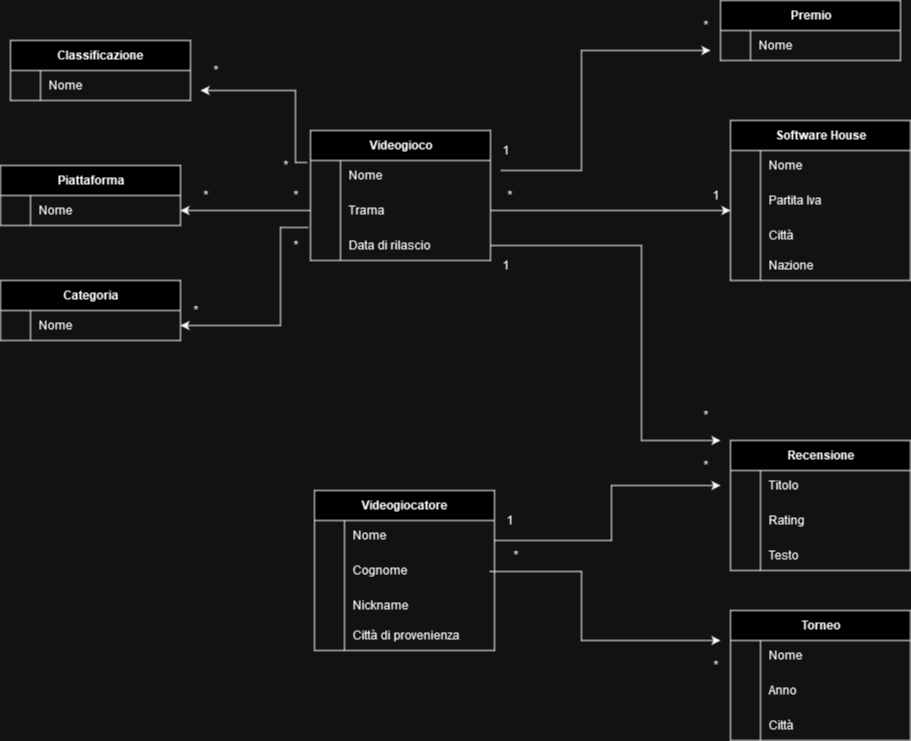
Above: db-videogames.png in GiacomoBozzolino/db-videogames (draw.io), before the change. Source tidied: cells renumbered, new cells last; positions are measured from the earlier drawing's top-left corner, leaving out a move shared by most shapes.
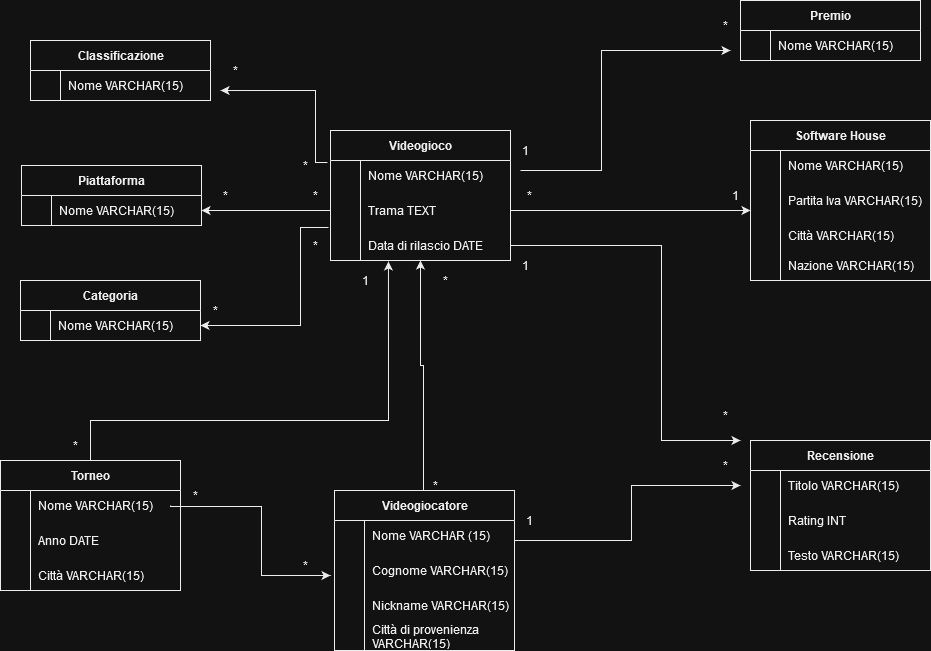
The same diagram one commit later.

Commit message:
aggiunti tipi di dato

Change to the diagram source:
```diff
@@ -13,3 +13,3 @@
     </mxCell>
-    <mxCell id="5" value="Nome" style="shape=partialRectangle;fillColor=none;top=0;left=0;bottom=0;right=0;align=left;spacingLeft=6;overflow=hidden;whiteSpace=wrap;html=1;" parent="3" vertex="1">
+    <mxCell id="5" value="Nome VARCHAR(15)" style="shape=partialRectangle;fillColor=none;top=0;left=0;bottom=0;right=0;align=left;spacingLeft=6;overflow=hidden;whiteSpace=wrap;html=1;" parent="3" vertex="1">
       <mxGeometry x="30" width="150" height="30" as="geometry" />
@@ -22,3 +22,3 @@
     </mxCell>
-    <mxCell id="8" value="Trama" style="shape=partialRectangle;fillColor=none;top=0;left=0;bottom=0;right=0;align=left;spacingLeft=6;overflow=hidden;whiteSpace=wrap;html=1;" parent="6" vertex="1">
+    <mxCell id="8" value="Trama TEXT" style="shape=partialRectangle;fillColor=none;top=0;left=0;bottom=0;right=0;align=left;spacingLeft=6;overflow=hidden;whiteSpace=wrap;html=1;" parent="6" vertex="1">
       <mxGeometry x="30" width="150" height="40" as="geometry" />
@@ -31,3 +31,3 @@
     </mxCell>
-    <mxCell id="11" value="Data di rilascio" style="shape=partialRectangle;fillColor=none;top=0;left=0;bottom=0;right=0;align=left;spacingLeft=6;overflow=hidden;whiteSpace=wrap;html=1;" parent="9" vertex="1">
+    <mxCell id="11" value="Data di rilascio DATE" style="shape=partialRectangle;fillColor=none;top=0;left=0;bottom=0;right=0;align=left;spacingLeft=6;overflow=hidden;whiteSpace=wrap;html=1;" parent="9" vertex="1">
       <mxGeometry x="30" width="150" height="30" as="geometry" />
@@ -43,3 +43,3 @@
     </mxCell>
-    <mxCell id="15" value="Nome" style="shape=partialRectangle;fillColor=none;top=0;left=0;bottom=0;right=0;align=left;spacingLeft=6;overflow=hidden;whiteSpace=wrap;html=1;" parent="13" vertex="1">
+    <mxCell id="15" value="Nome VARCHAR(15)" style="shape=partialRectangle;fillColor=none;top=0;left=0;bottom=0;right=0;align=left;spacingLeft=6;overflow=hidden;whiteSpace=wrap;html=1;" parent="13" vertex="1">
       <mxGeometry x="30" width="150" height="30" as="geometry" />
@@ -52,3 +52,3 @@
     </mxCell>
-    <mxCell id="18" value="Partita Iva" style="shape=partialRectangle;fillColor=none;top=0;left=0;bottom=0;right=0;align=left;spacingLeft=6;overflow=hidden;whiteSpace=wrap;html=1;" parent="16" vertex="1">
+    <mxCell id="18" value="Partita Iva VARCHAR(15)" style="shape=partialRectangle;fillColor=none;top=0;left=0;bottom=0;right=0;align=left;spacingLeft=6;overflow=hidden;whiteSpace=wrap;html=1;" parent="16" vertex="1">
       <mxGeometry x="30" width="150" height="40" as="geometry" />
@@ -61,3 +61,3 @@
     </mxCell>
-    <mxCell id="21" value="Città" style="shape=partialRectangle;fillColor=none;top=0;left=0;bottom=0;right=0;align=left;spacingLeft=6;overflow=hidden;whiteSpace=wrap;html=1;" parent="19" vertex="1">
+    <mxCell id="21" value="Città VARCHAR(15)" style="shape=partialRectangle;fillColor=none;top=0;left=0;bottom=0;right=0;align=left;spacingLeft=6;overflow=hidden;whiteSpace=wrap;html=1;" parent="19" vertex="1">
       <mxGeometry x="30" width="150" height="30" as="geometry" />
@@ -70,3 +70,3 @@
     </mxCell>
-    <mxCell id="24" value="Nazione" style="shape=partialRectangle;fillColor=none;top=0;left=0;bottom=0;right=0;align=left;spacingLeft=6;overflow=hidden;whiteSpace=wrap;html=1;" parent="22" vertex="1">
+    <mxCell id="24" value="Nazione VARCHAR(15)" style="shape=partialRectangle;fillColor=none;top=0;left=0;bottom=0;right=0;align=left;spacingLeft=6;overflow=hidden;whiteSpace=wrap;html=1;" parent="22" vertex="1">
       <mxGeometry x="30" width="150" height="30" as="geometry" />
@@ -93,3 +93,3 @@
     <mxCell id="29" value="Piattaforma" style="shape=table;startSize=30;rowLines=0;fontStyle=1;align=center;html=1;" parent="1" vertex="1">
-      <mxGeometry y="165" width="180" height="60" as="geometry" />
+      <mxGeometry x="1" y="165" width="180" height="60" as="geometry" />
     </mxCell>
@@ -101,3 +101,3 @@
     </mxCell>
-    <mxCell id="32" value="Nome" style="shape=partialRectangle;fillColor=none;top=0;left=0;bottom=0;right=0;align=left;spacingLeft=6;overflow=hidden;whiteSpace=wrap;html=1;" parent="30" vertex="1">
+    <mxCell id="32" value="Nome VARCHAR(15)" style="shape=partialRectangle;fillColor=none;top=0;left=0;bottom=0;right=0;align=left;spacingLeft=6;overflow=hidden;whiteSpace=wrap;html=1;" parent="30" vertex="1">
       <mxGeometry x="30" width="150" height="30" as="geometry" />
@@ -138,3 +138,3 @@
     </mxCell>
-    <mxCell id="41" value="Nome" style="shape=partialRectangle;fillColor=none;top=0;left=0;bottom=0;right=0;align=left;spacingLeft=6;overflow=hidden;whiteSpace=wrap;html=1;" parent="39" vertex="1">
+    <mxCell id="41" value="Nome VARCHAR(15)" style="shape=partialRectangle;fillColor=none;top=0;left=0;bottom=0;right=0;align=left;spacingLeft=6;overflow=hidden;whiteSpace=wrap;html=1;" parent="39" vertex="1">
       <mxGeometry x="30" width="150" height="30" as="geometry" />
@@ -150,3 +150,3 @@
     </mxCell>
-    <mxCell id="45" value="Nome" style="shape=partialRectangle;fillColor=none;top=0;left=0;bottom=0;right=0;align=left;spacingLeft=6;overflow=hidden;whiteSpace=wrap;html=1;" parent="43" vertex="1">
+    <mxCell id="45" value="Nome VARCHAR(15)" style="shape=partialRectangle;fillColor=none;top=0;left=0;bottom=0;right=0;align=left;spacingLeft=6;overflow=hidden;whiteSpace=wrap;html=1;" parent="43" vertex="1">
       <mxGeometry x="30" width="150" height="30" as="geometry" />
@@ -165,2 +165,5 @@
     </mxCell>
+    <mxCell id="98" style="edgeStyle=orthogonalEdgeStyle;rounded=0;jettySize=auto;html=1;entryX=0.5;entryY=1;entryDx=0;entryDy=0;exitX=0.1;exitY=0.867;exitDx=0;exitDy=0;exitPerimeter=0;" parent="1" edge="1" source="101" target="2">
+      <mxGeometry relative="1" as="geometry" />
+    </mxCell>
     <mxCell id="50" value="Videogiocatore" style="shape=table;startSize=30;rowLines=0;fontStyle=1;align=center;html=1;" parent="1" vertex="1">
@@ -174,3 +177,3 @@
     </mxCell>
-    <mxCell id="53" value="Nome" style="shape=partialRectangle;fillColor=none;top=0;left=0;bottom=0;right=0;align=left;spacingLeft=6;overflow=hidden;whiteSpace=wrap;html=1;" parent="51" vertex="1">
+    <mxCell id="53" value="Nome VARCHAR (15)" style="shape=partialRectangle;fillColor=none;top=0;left=0;bottom=0;right=0;align=left;spacingLeft=6;overflow=hidden;whiteSpace=wrap;html=1;" parent="51" vertex="1">
       <mxGeometry x="30" width="150" height="30" as="geometry" />
@@ -183,3 +186,3 @@
     </mxCell>
-    <mxCell id="56" value="Cognome" style="shape=partialRectangle;fillColor=none;top=0;left=0;bottom=0;right=0;align=left;spacingLeft=6;overflow=hidden;whiteSpace=wrap;html=1;" parent="54" vertex="1">
+    <mxCell id="56" value="Cognome VARCHAR(15)" style="shape=partialRectangle;fillColor=none;top=0;left=0;bottom=0;right=0;align=left;spacingLeft=6;overflow=hidden;whiteSpace=wrap;html=1;" parent="54" vertex="1">
       <mxGeometry x="30" width="150" height="40" as="geometry" />
@@ -192,3 +195,3 @@
     </mxCell>
-    <mxCell id="59" value="Nickname" style="shape=partialRectangle;fillColor=none;top=0;left=0;bottom=0;right=0;align=left;spacingLeft=6;overflow=hidden;whiteSpace=wrap;html=1;" parent="57" vertex="1">
+    <mxCell id="59" value="Nickname VARCHAR(15)" style="shape=partialRectangle;fillColor=none;top=0;left=0;bottom=0;right=0;align=left;spacingLeft=6;overflow=hidden;whiteSpace=wrap;html=1;" parent="57" vertex="1">
       <mxGeometry x="30" width="150" height="30" as="geometry" />
@@ -201,7 +204,15 @@
     </mxCell>
-    <mxCell id="62" value="Città di provenienza" style="shape=partialRectangle;fillColor=none;top=0;left=0;bottom=0;right=0;align=left;spacingLeft=6;overflow=hidden;whiteSpace=wrap;html=1;" parent="60" vertex="1">
+    <mxCell id="62" value="Città di provenienza VARCHAR(15)" style="shape=partialRectangle;fillColor=none;top=0;left=0;bottom=0;right=0;align=left;spacingLeft=6;overflow=hidden;whiteSpace=wrap;html=1;" parent="60" vertex="1">
       <mxGeometry x="30" width="150" height="30" as="geometry" />
     </mxCell>
+    <mxCell id="99" style="edgeStyle=orthogonalEdgeStyle;rounded=0;jettySize=auto;html=1;entryX=0.322;entryY=1.033;entryDx=0;entryDy=0;entryPerimeter=0;" parent="1" edge="1" source="63" target="9">
+      <mxGeometry relative="1" as="geometry">
+        <Array as="points">
+          <mxPoint x="70" y="420" />
+          <mxPoint x="368" y="420" />
+        </Array>
+      </mxGeometry>
+    </mxCell>
     <mxCell id="63" value="Torneo" style="shape=table;startSize=30;rowLines=0;fontStyle=1;align=center;html=1;" parent="1" vertex="1">
-      <mxGeometry x="730" y="610" width="180" height="130" as="geometry" />
+      <mxGeometry x="-20" y="460" width="180" height="130" as="geometry" />
     </mxCell>
@@ -213,3 +224,3 @@
     </mxCell>
-    <mxCell id="66" value="Nome" style="shape=partialRectangle;fillColor=none;top=0;left=0;bottom=0;right=0;align=left;spacingLeft=6;overflow=hidden;whiteSpace=wrap;html=1;" parent="64" vertex="1">
+    <mxCell id="66" value="Nome VARCHAR(15)" style="shape=partialRectangle;fillColor=none;top=0;left=0;bottom=0;right=0;align=left;spacingLeft=6;overflow=hidden;whiteSpace=wrap;html=1;" parent="64" vertex="1">
       <mxGeometry x="30" width="150" height="30" as="geometry" />
@@ -222,3 +233,3 @@
     </mxCell>
-    <mxCell id="69" value="Anno" style="shape=partialRectangle;fillColor=none;top=0;left=0;bottom=0;right=0;align=left;spacingLeft=6;overflow=hidden;whiteSpace=wrap;html=1;" parent="67" vertex="1">
+    <mxCell id="69" value="Anno DATE" style="shape=partialRectangle;fillColor=none;top=0;left=0;bottom=0;right=0;align=left;spacingLeft=6;overflow=hidden;whiteSpace=wrap;html=1;" parent="67" vertex="1">
       <mxGeometry x="30" width="150" height="40" as="geometry" />
@@ -231,3 +242,3 @@
     </mxCell>
-    <mxCell id="72" value="Città" style="shape=partialRectangle;fillColor=none;top=0;left=0;bottom=0;right=0;align=left;spacingLeft=6;overflow=hidden;whiteSpace=wrap;html=1;" parent="70" vertex="1">
+    <mxCell id="72" value="Città VARCHAR(15)" style="shape=partialRectangle;fillColor=none;top=0;left=0;bottom=0;right=0;align=left;spacingLeft=6;overflow=hidden;whiteSpace=wrap;html=1;" parent="70" vertex="1">
       <mxGeometry x="30" width="150" height="30" as="geometry" />
@@ -243,3 +254,3 @@
     </mxCell>
-    <mxCell id="76" value="Titolo" style="shape=partialRectangle;fillColor=none;top=0;left=0;bottom=0;right=0;align=left;spacingLeft=6;overflow=hidden;whiteSpace=wrap;html=1;" parent="74" vertex="1">
+    <mxCell id="76" value="Titolo VARCHAR(15)" style="shape=partialRectangle;fillColor=none;top=0;left=0;bottom=0;right=0;align=left;spacingLeft=6;overflow=hidden;whiteSpace=wrap;html=1;" parent="74" vertex="1">
       <mxGeometry x="30" width="150" height="30" as="geometry" />
@@ -252,3 +263,3 @@
     </mxCell>
-    <mxCell id="79" value="Rating" style="shape=partialRectangle;fillColor=none;top=0;left=0;bottom=0;right=0;align=left;spacingLeft=6;overflow=hidden;whiteSpace=wrap;html=1;" parent="77" vertex="1">
+    <mxCell id="79" value="Rating INT" style="shape=partialRectangle;fillColor=none;top=0;left=0;bottom=0;right=0;align=left;spacingLeft=6;overflow=hidden;whiteSpace=wrap;html=1;" parent="77" vertex="1">
       <mxGeometry x="30" width="150" height="40" as="geometry" />
@@ -261,3 +272,3 @@
     </mxCell>
-    <mxCell id="82" value="Testo" style="shape=partialRectangle;fillColor=none;top=0;left=0;bottom=0;right=0;align=left;spacingLeft=6;overflow=hidden;whiteSpace=wrap;html=1;" parent="80" vertex="1">
+    <mxCell id="82" value="Testo VARCHAR(15)" style="shape=partialRectangle;fillColor=none;top=0;left=0;bottom=0;right=0;align=left;spacingLeft=6;overflow=hidden;whiteSpace=wrap;html=1;" parent="80" vertex="1">
       <mxGeometry x="30" width="150" height="30" as="geometry" />
@@ -265,6 +276,6 @@
     <mxCell id="83" value="*" style="text;html=1;align=center;verticalAlign=middle;strokeColor=none;fillColor=none;" parent="1" vertex="1">
-      <mxGeometry x="500" y="540" width="30" height="30" as="geometry" />
+      <mxGeometry x="270" y="550" width="30" height="30" as="geometry" />
     </mxCell>
     <mxCell id="84" value="*" style="text;html=1;align=center;verticalAlign=middle;strokeColor=none;fillColor=none;" parent="1" vertex="1">
-      <mxGeometry x="700" y="650" width="30" height="30" as="geometry" />
+      <mxGeometry x="160" y="480" width="30" height="30" as="geometry" />
     </mxCell>
@@ -279,3 +290,3 @@
     </mxCell>
-    <mxCell id="88" value="Nome" style="shape=partialRectangle;fillColor=none;top=0;left=0;bottom=0;right=0;align=left;spacingLeft=6;overflow=hidden;whiteSpace=wrap;html=1;" parent="86" vertex="1">
+    <mxCell id="88" value="Nome VARCHAR(15)" style="shape=partialRectangle;fillColor=none;top=0;left=0;bottom=0;right=0;align=left;spacingLeft=6;overflow=hidden;whiteSpace=wrap;html=1;" parent="86" vertex="1">
       <mxGeometry x="30" width="150" height="30" as="geometry" />
@@ -290,7 +301,7 @@
       <mxGeometry relative="1" as="geometry">
-        <mxPoint x="490" y="570" as="sourcePoint" />
-        <mxPoint x="720" y="640" as="targetPoint" />
+        <mxPoint x="150" y="505" as="sourcePoint" />
+        <mxPoint x="310" y="575" as="targetPoint" />
         <Array as="points">
-          <mxPoint x="490" y="571" />
-          <mxPoint x="581" y="571" />
+          <mxPoint x="150" y="506" />
+          <mxPoint x="241" y="506" />
         </Array>
@@ -327,2 +338,14 @@
     </mxCell>
+    <mxCell id="100" value="*" style="text;html=1;align=center;verticalAlign=middle;strokeColor=none;fillColor=none;" parent="1" vertex="1">
+      <mxGeometry x="410" y="265" width="30" height="30" as="geometry" />
+    </mxCell>
+    <mxCell id="101" value="*" style="text;html=1;align=center;verticalAlign=middle;points=[];strokeColor=none;fillColor=none;" parent="1" vertex="1">
+      <mxGeometry x="400" y="470" width="30" height="30" as="geometry" />
+    </mxCell>
+    <mxCell id="102" value="1" style="text;html=1;align=center;verticalAlign=middle;strokeColor=none;fillColor=none;" parent="1" vertex="1">
+      <mxGeometry x="330" y="265" width="30" height="30" as="geometry" />
+    </mxCell>
+    <mxCell id="103" value="*" style="text;html=1;align=center;verticalAlign=middle;strokeColor=none;fillColor=none;" parent="1" vertex="1">
+      <mxGeometry x="40" y="430" width="30" height="30" as="geometry" />
+    </mxCell>
   </root>
```
